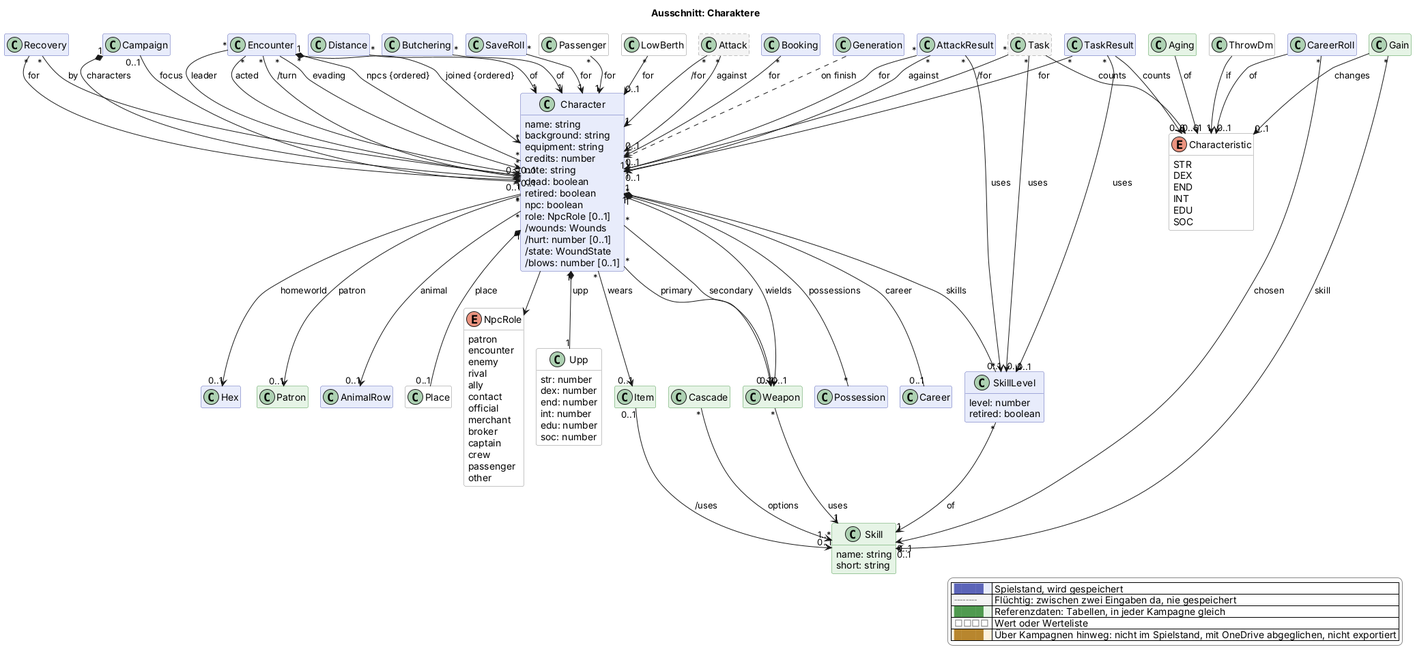
This is docs/views/charakter.png from scuzzar/SRE, a PlantUML export, as it was before one commit.
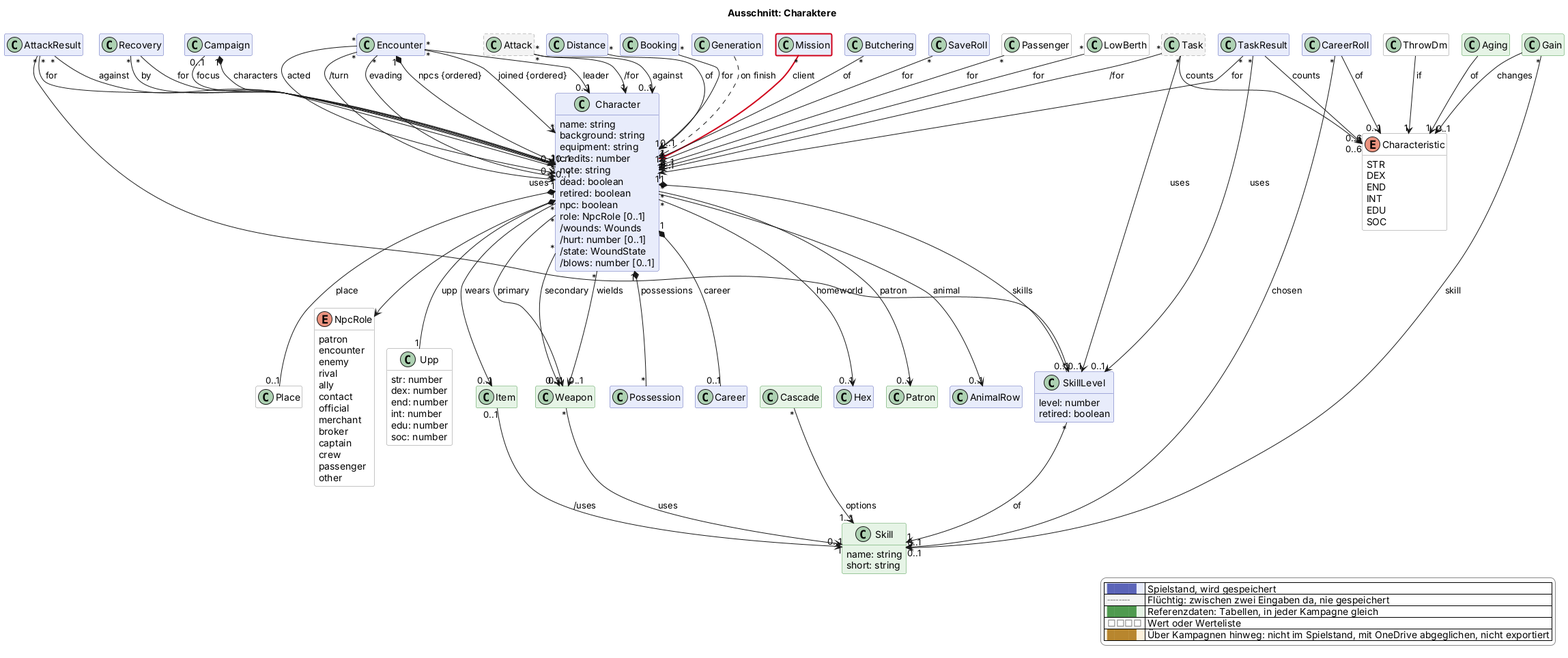
The same file after the commit.

Change to the diagram source:
```diff
@@ -122,6 +122,8 @@
 
   class Hex $sektor
 
+  class Mission $mission $newClass("2026-11-18")
+
   class Butchering $begegnung
   class SaveRoll $begegnung
 
@@ -171,6 +173,7 @@
 Character "*" --> "0..1" Hex : homeworld
 Character "1" *-- "0..1" Place : place
 Character "*" --> "0..1" Patron : patron
+Mission "*" -$newArrow("2026-11-18")-> "0..1" Character : client
 Character --> NpcRole
 CareerRoll --> "0..1" Characteristic : of
 CareerRoll "*" --> "0..1" Skill : chosen
```
